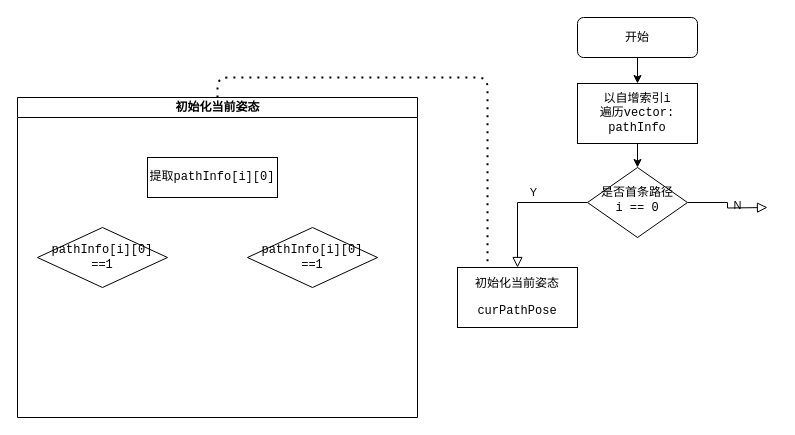
liujj05/flowChart keeps this draw.io diagram as Untitled Diagram.drawio. Above is the earlier version. Source tidied: cells renumbered, new cells numbered last; positions are measured from the earlier drawing's top-left corner, leaving out a move shared by most shapes. Both pictures are drawn from the tidied source at 100%, with x=0, y=0 at pixel (17, 17).
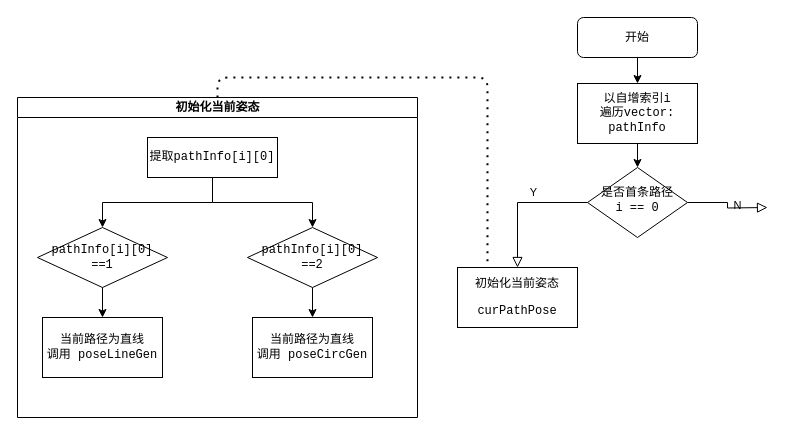
After the change.

Unchanged cells that the change refers to:
```xml
<mxCell id="8" value="初始化当前姿态" style="swimlane;html=1;startSize=20;horizontal=1;containerType=tree;" parent="1" vertex="1">
  <mxGeometry y="80" width="400" height="320" as="geometry" />
</mxCell>
<mxCell id="10" value="pathInfo[i][0]&lt;br&gt;==1" style="rhombus;whiteSpace=wrap;html=1;fontFamily=Courier New;" parent="8" vertex="1">
  <mxGeometry x="20" y="130" width="130" height="60" as="geometry" />
</mxCell>
```

Diff of the diagram source:
```diff
@@
+    <mxCell id="15" style="edgeStyle=orthogonalEdgeStyle;rounded=0;jettySize=auto;html=1;entryX=0.5;entryY=0;entryDx=0;entryDy=0;fontFamily=Courier New;exitX=0.5;exitY=1;exitDx=0;exitDy=0;" parent="8" edge="1" source="9" target="10">
+      <mxGeometry relative="1" as="geometry" />
+    </mxCell>
+    <mxCell id="16" style="edgeStyle=orthogonalEdgeStyle;rounded=0;jettySize=auto;html=1;exitX=0.5;exitY=1;exitDx=0;exitDy=0;entryX=0.5;entryY=0;entryDx=0;entryDy=0;fontFamily=Courier New;" parent="8" edge="1" source="9" target="11">
+      <mxGeometry relative="1" as="geometry" />
+    </mxCell>
     <mxCell id="9" value="提取pathInfo[i][0]" style="whiteSpace=wrap;html=1;newEdgeStyle={&quot;edgeStyle&quot;:&quot;elbowEdgeStyle&quot;,&quot;startArrow&quot;:&quot;none&quot;,&quot;endArrow&quot;:&quot;none&quot;};fontFamily=Courier New;" parent="8" vertex="1">
-      <mxGeometry x="130" y="60" width="130" height="40" as="geometry" />
+      <mxGeometry x="130" y="40" width="130" height="40" as="geometry" />
     </mxCell>
@@
+    <mxCell id="17" style="edgeStyle=orthogonalEdgeStyle;rounded=0;jettySize=auto;html=1;exitX=0.5;exitY=1;exitDx=0;exitDy=0;entryX=0.5;entryY=0;entryDx=0;entryDy=0;fontFamily=Courier New;" parent="8" edge="1" source="11" target="20">
+      <mxGeometry relative="1" as="geometry" />
+    </mxCell>
-    <mxCell id="11" value="pathInfo[i][0]&lt;br&gt;==1" style="rhombus;whiteSpace=wrap;html=1;fontFamily=Courier New;" parent="8" vertex="1">
+    <mxCell id="11" value="pathInfo[i][0]&lt;br&gt;==2" style="rhombus;whiteSpace=wrap;html=1;fontFamily=Courier New;" parent="8" vertex="1">
       <mxGeometry x="230" y="130" width="130" height="60" as="geometry" />
     </mxCell>
+    <mxCell id="18" value="当前路径为直线&lt;br&gt;调用 poseLineGen" style="rounded=0;whiteSpace=wrap;html=1;fontFamily=Courier New;" parent="8" vertex="1">
+      <mxGeometry x="25" y="220" width="120" height="60" as="geometry" />
+    </mxCell>
+    <mxCell id="19" style="edgeStyle=orthogonalEdgeStyle;rounded=0;jettySize=auto;html=1;exitX=0.5;exitY=1;exitDx=0;exitDy=0;fontFamily=Courier New;" parent="8" edge="1" source="10" target="18">
+      <mxGeometry relative="1" as="geometry" />
+    </mxCell>
+    <mxCell id="20" value="当前路径为直线&lt;br&gt;调用 poseCircGen" style="rounded=0;whiteSpace=wrap;html=1;fontFamily=Courier New;" parent="8" vertex="1">
+      <mxGeometry x="235" y="220" width="120" height="60" as="geometry" />
+    </mxCell>
```
